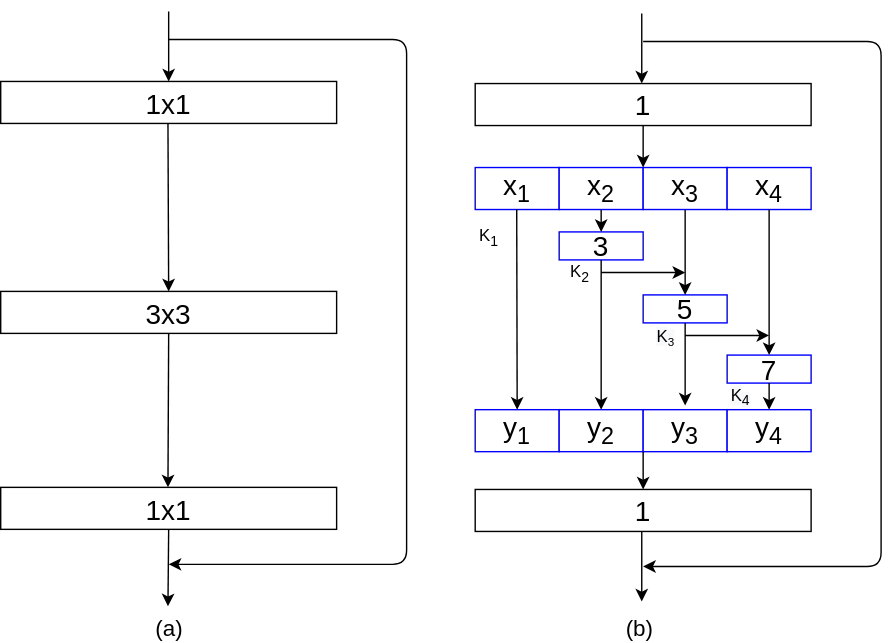
This is littlepaper/图2-1 ResTnet结构图.svg from wangxinzhi0/draw.io, a draw.io export, as it was before one commit. Source tidied: cells renumbered, new cells last; positions are measured from the earlier drawing's top-left corner, leaving out a move shared by most shapes.
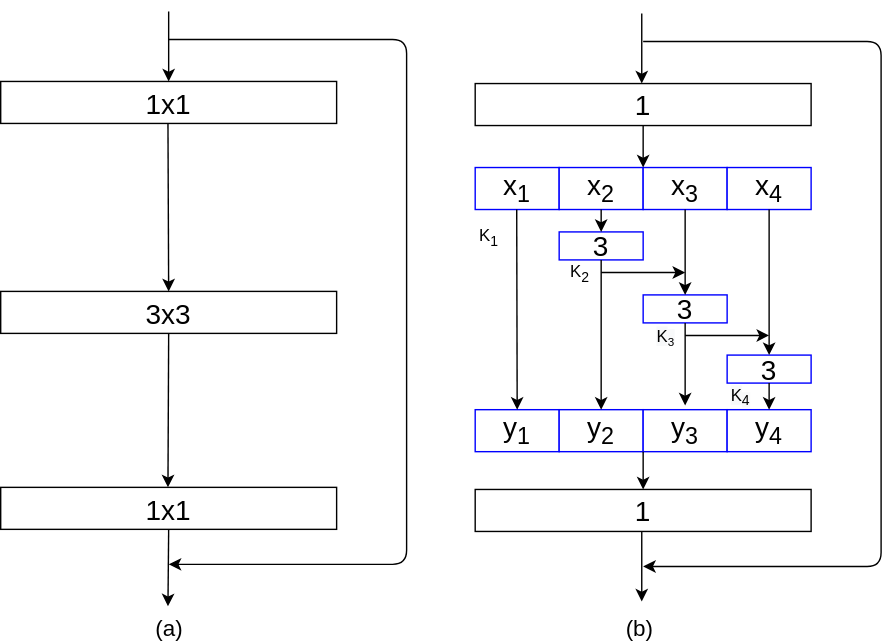
The same file after the commit.

Diff of the diagram source:
```diff
@@ -40,7 +40,7 @@
     <mxCell id="9" value="&lt;font style=&quot;font-size: 20px&quot;&gt;1&lt;/font&gt;" style="rounded=0;whiteSpace=wrap;html=1;" parent="1" vertex="1">
       <mxGeometry x="339" y="342" width="240" height="30" as="geometry" />
     </mxCell>
-    <mxCell id="10" value="&lt;font style=&quot;font-size: 20px&quot;&gt;1x1&lt;/font&gt;" style="rounded=0;whiteSpace=wrap;html=1;" parent="1" vertex="1">
+    <mxCell id="10" value="&lt;font style=&quot;font-size: 20px;&quot;&gt;1x1&lt;/font&gt;" style="rounded=0;whiteSpace=wrap;html=1;fontFamily=Helvetica;fontSize=20;" parent="1" vertex="1">
       <mxGeometry y="50.5" width="240" height="30" as="geometry" />
     </mxCell>
     <mxCell id="11" style="endArrow=classic;html=1;entryX=0.5;entryY=0;entryDx=0;entryDy=0;" parent="1" edge="1" target="2">
@@ -97,10 +97,10 @@
     <mxCell id="24" value="&lt;font style=&quot;font-size: 20px&quot;&gt;3&lt;/font&gt;" style="rounded=0;whiteSpace=wrap;html=1;strokeColor=#0000FF;" parent="1" vertex="1">
       <mxGeometry x="399" y="158" width="60" height="20" as="geometry" />
     </mxCell>
-    <mxCell id="25" value="&lt;font style=&quot;font-size: 20px&quot;&gt;5&lt;/font&gt;" style="rounded=0;whiteSpace=wrap;html=1;strokeColor=#0000FF;" parent="1" vertex="1">
+    <mxCell id="25" value="&lt;font style=&quot;font-size: 20px&quot;&gt;3&lt;/font&gt;" style="rounded=0;whiteSpace=wrap;html=1;strokeColor=#0000FF;" parent="1" vertex="1">
       <mxGeometry x="459" y="203" width="60" height="20" as="geometry" />
     </mxCell>
-    <mxCell id="26" value="&lt;font style=&quot;font-size: 20px&quot;&gt;7&lt;/font&gt;" style="rounded=0;whiteSpace=wrap;html=1;strokeColor=#0000FF;" parent="1" vertex="1">
+    <mxCell id="26" value="&lt;font style=&quot;font-size: 20px&quot;&gt;3&lt;/font&gt;" style="rounded=0;whiteSpace=wrap;html=1;strokeColor=#0000FF;" parent="1" vertex="1">
       <mxGeometry x="519" y="246" width="60" height="20" as="geometry" />
     </mxCell>
     <mxCell id="27" style="endArrow=classic;html=1;exitX=0.5;exitY=1;exitDx=0;exitDy=0;entryX=0.5;entryY=0;entryDx=0;entryDy=0;" parent="1" edge="1" source="13" target="24">
```
